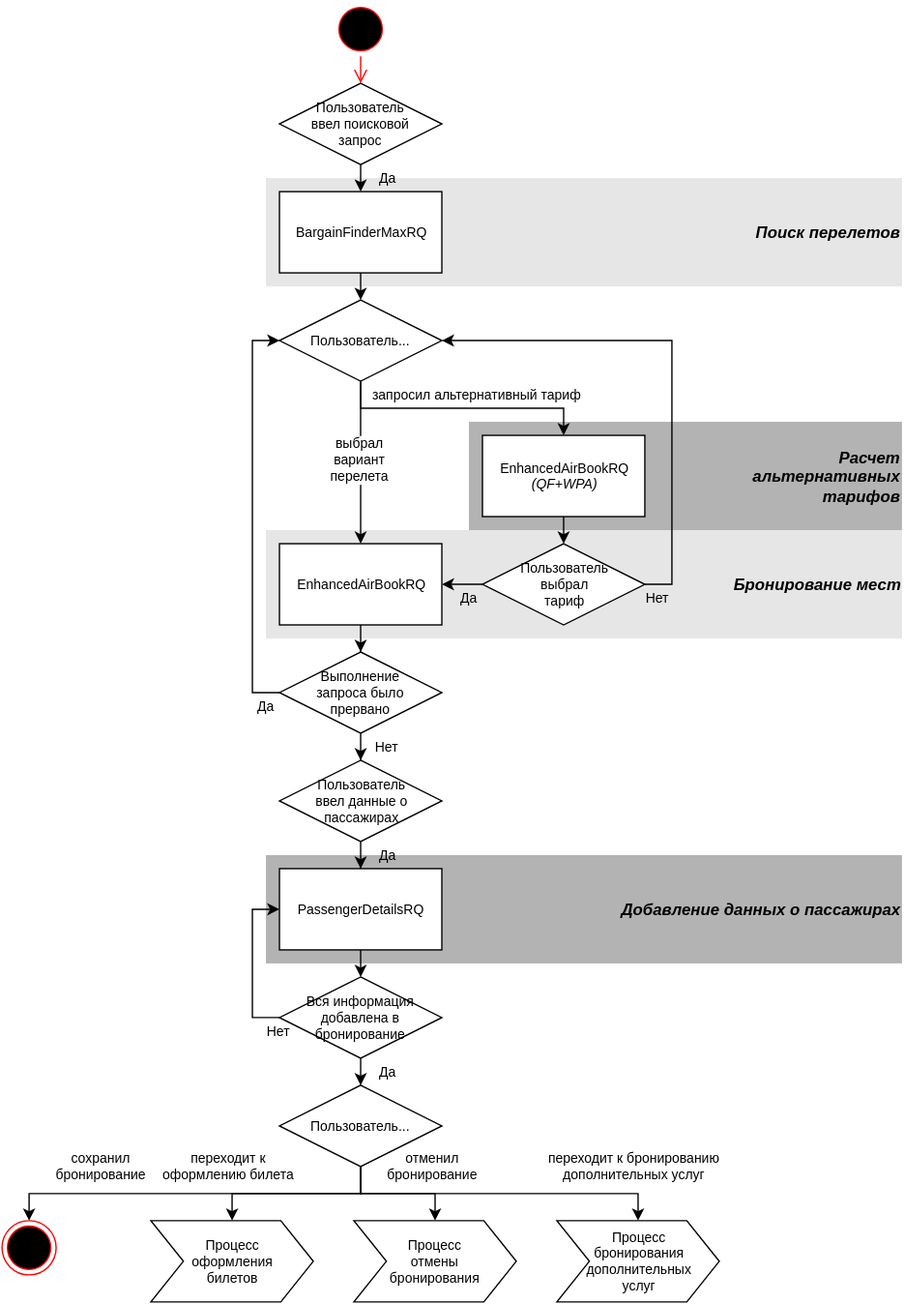
The draw.io diagram assets/svg/Search&Create Booking/[RU]Search&Create Booking-0.svg in andreypolyak/sabre-apis-ru, before a commit. Source tidied: cells renumbered, new cells last; positions are measured from the earlier drawing's top-left corner, leaving out a move shared by most shapes.
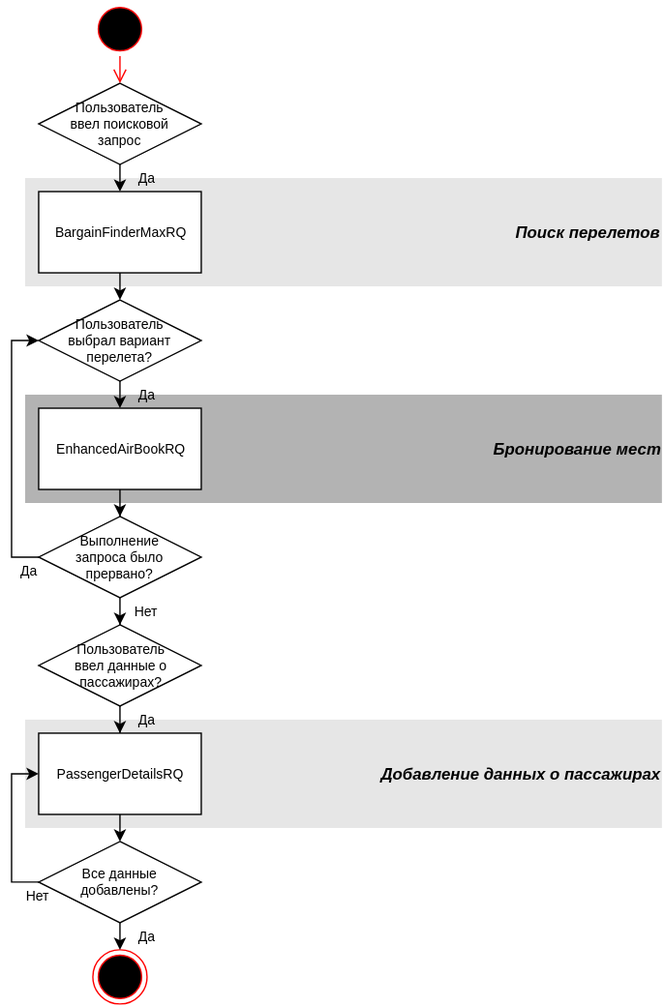
The same diagram one commit later.

The edit, as a diff of the source:
```diff
@@ -2,25 +2,22 @@
   <root>
     <mxCell id="0" />
     <mxCell id="1" parent="0" />
-    <mxCell id="2" value="&lt;div style=&quot;text-align: right&quot;&gt;&lt;i style=&quot;font-size: 12px ; line-height: 1.2&quot;&gt;&lt;b&gt;Добавление данных о пассажирах&lt;/b&gt;&lt;/i&gt;&lt;/div&gt;" style="whiteSpace=wrap;html=1;fillColor=#B3B3B3;fontSize=10;strokeColor=none;align=right;" parent="1" vertex="1">
+    <mxCell id="2" value="&lt;div style=&quot;text-align: right&quot;&gt;&lt;i style=&quot;font-size: 12px ; line-height: 1.2&quot;&gt;&lt;b&gt;Добавление данных о пассажирах&lt;/b&gt;&lt;/i&gt;&lt;/div&gt;" style="whiteSpace=wrap;html=1;fillColor=#E6E6E6;fontSize=10;strokeColor=none;align=right;" parent="1" vertex="1">
       <mxGeometry x="195" y="630" width="470" height="80" as="geometry" />
     </mxCell>
-    <mxCell id="3" value="&lt;div style=&quot;text-align: right&quot;&gt;&lt;span style=&quot;line-height: 1.2&quot;&gt;&lt;font style=&quot;font-size: 12px&quot;&gt;&lt;b&gt;&lt;i&gt;Бронирование мест&lt;/i&gt;&lt;/b&gt;&lt;/font&gt;&lt;/span&gt;&lt;/div&gt;" style="whiteSpace=wrap;html=1;fillColor=#E6E6E6;fontSize=10;strokeColor=none;align=right;" parent="1" vertex="1">
+    <mxCell id="3" value="&lt;div style=&quot;text-align: right&quot;&gt;&lt;span style=&quot;line-height: 1.2&quot;&gt;&lt;font style=&quot;font-size: 12px&quot;&gt;&lt;b&gt;&lt;i&gt;Бронирование мест&lt;/i&gt;&lt;/b&gt;&lt;/font&gt;&lt;/span&gt;&lt;/div&gt;" style="whiteSpace=wrap;html=1;fillColor=#B3B3B3;fontSize=10;strokeColor=none;align=right;" parent="1" vertex="1">
       <mxGeometry x="195" y="390" width="470" height="80" as="geometry" />
     </mxCell>
-    <mxCell id="4" value="&lt;div style=&quot;text-align: right&quot;&gt;&lt;span&gt;&lt;b&gt;&lt;i&gt;&lt;font style=&quot;font-size: 12px&quot;&gt;Расчет&lt;/font&gt;&lt;/i&gt;&lt;/b&gt;&lt;/span&gt;&lt;/div&gt;&lt;div style=&quot;text-align: right&quot;&gt;&lt;span&gt;&lt;b&gt;&lt;i&gt;&lt;font style=&quot;font-size: 12px&quot;&gt;альтернативных&lt;/font&gt;&lt;/i&gt;&lt;/b&gt;&lt;/span&gt;&lt;/div&gt;&lt;div style=&quot;text-align: right&quot;&gt;&lt;span&gt;&lt;b&gt;&lt;i&gt;&lt;font style=&quot;font-size: 12px&quot;&gt;тарифов&lt;/font&gt;&lt;/i&gt;&lt;/b&gt;&lt;/span&gt;&lt;br&gt;&lt;/div&gt;" style="whiteSpace=wrap;html=1;fillColor=#B3B3B3;fontSize=10;strokeColor=none;align=right;" parent="1" vertex="1">
-      <mxGeometry x="345" y="310" width="320" height="80" as="geometry" />
-    </mxCell>
     <mxCell id="5" value="&lt;div style=&quot;text-align: right&quot;&gt;&lt;font style=&quot;font-size: 12px&quot;&gt;&lt;i&gt;&lt;b&gt;Поиск перелетов&lt;/b&gt;&lt;/i&gt;&lt;/font&gt;&lt;/div&gt;" style="whiteSpace=wrap;html=1;fillColor=#E6E6E6;fontSize=10;strokeColor=none;align=right;" parent="1" vertex="1">
-      <mxGeometry x="195" y="130" width="470" height="80" as="geometry" />
+      <mxGeometry x="195" y="230" width="470" height="80" as="geometry" />
     </mxCell>
     <mxCell id="6" value="Да" style="edgeStyle=orthogonalEdgeStyle;rounded=0;html=1;exitX=0.5;exitY=1;entryX=0.5;entryY=0;jettySize=auto;fontSize=10;labelBackgroundColor=none;" parent="1" edge="1" target="7">
       <mxGeometry y="20" relative="1" as="geometry">
-        <mxPoint x="265" y="120" as="sourcePoint" />
+        <mxPoint x="265" y="220" as="sourcePoint" />
       </mxGeometry>
     </mxCell>
     <mxCell id="7" value="&lt;span&gt;BargainFinderMaxRQ&lt;/span&gt;" style="whiteSpace=wrap;html=1;rounded=0;fontSize=10;" parent="1" vertex="1">
-      <mxGeometry x="205" y="140" width="120" height="60" as="geometry" />
+      <mxGeometry x="205" y="240" width="120" height="60" as="geometry" />
     </mxCell>
     <mxCell id="8" style="edgeStyle=orthogonalEdgeStyle;rounded=0;html=1;exitX=0.5;exitY=1;jettySize=auto;fontSize=10;" parent="1" edge="1" source="9" target="25">
       <mxGeometry relative="1" as="geometry" />
@@ -34,124 +31,44 @@
     <mxCell id="11" style="edgeStyle=orthogonalEdgeStyle;rounded=0;html=1;exitX=0.5;exitY=1;jettySize=auto;entryX=0.5;entryY=0;fontSize=10;" parent="1" edge="1" source="7" target="15">
       <mxGeometry relative="1" as="geometry" />
     </mxCell>
-    <mxCell id="12" style="edgeStyle=orthogonalEdgeStyle;rounded=0;html=1;exitX=0.5;exitY=1;entryX=0.5;entryY=0;jettySize=auto;fontSize=10;" parent="1" edge="1" target="18">
-      <mxGeometry relative="1" as="geometry">
-        <mxPoint x="415" y="380" as="sourcePoint" />
-      </mxGeometry>
-    </mxCell>
-    <mxCell id="13" value="выбрал&lt;div&gt;вариант&lt;/div&gt;&lt;div&gt;перелета&lt;/div&gt;" style="edgeStyle=orthogonalEdgeStyle;rounded=0;html=1;exitX=0.5;exitY=1;entryX=0.5;entryY=0;jettySize=auto;fontSize=10;" parent="1" edge="1" target="9">
-      <mxGeometry relative="1" as="geometry">
-        <mxPoint x="264.9" y="276.2" as="sourcePoint" />
-      </mxGeometry>
+    <mxCell id="13" value="Да" style="edgeStyle=orthogonalEdgeStyle;rounded=0;html=1;exitX=0.5;exitY=1;entryX=0.5;entryY=0;jettySize=auto;fontSize=10;labelBackgroundColor=none;" parent="1" edge="1" source="15" target="9">
+      <mxGeometry y="20" relative="1" as="geometry" />
     </mxCell>
-    <mxCell id="14" value="запросил&amp;nbsp;&lt;span style=&quot;line-height: 1.2&quot;&gt;альтернативный&amp;nbsp;&lt;/span&gt;&lt;span style=&quot;line-height: 1.2&quot;&gt;тариф&lt;/span&gt;" style="edgeStyle=orthogonalEdgeStyle;rounded=0;html=1;exitX=0.5;exitY=1;jettySize=auto;fontSize=10;entryX=0.5;entryY=0;" parent="1" edge="1" source="15" target="22">
-      <mxGeometry x="0.16" y="10" relative="1" as="geometry">
-        <Array as="points">
-          <mxPoint x="265" y="300" />
-          <mxPoint x="415" y="300" />
-        </Array>
-      </mxGeometry>
-    </mxCell>
-    <mxCell id="15" value="Пользователь..." style="rhombus;whiteSpace=wrap;html=1;rounded=0;fontSize=10;" parent="1" vertex="1">
-      <mxGeometry x="205" y="220" width="120" height="60" as="geometry" />
+    <mxCell id="15" value="Пользователь&lt;div&gt;выбрал вариант перелета?&lt;/div&gt;" style="rhombus;whiteSpace=wrap;html=1;rounded=0;fontSize=10;" parent="1" vertex="1">
+      <mxGeometry x="205" y="320" width="120" height="60" as="geometry" />
     </mxCell>
-    <mxCell id="16" value="Нет" style="edgeStyle=orthogonalEdgeStyle;rounded=0;html=1;exitX=1;exitY=0.5;entryX=1;entryY=0.5;jettySize=auto;fontSize=10;labelBackgroundColor=none;" parent="1" edge="1" source="18" target="15">
-      <mxGeometry x="-0.95" y="-10" relative="1" as="geometry" />
-    </mxCell>
-    <mxCell id="17" value="Да" style="edgeStyle=orthogonalEdgeStyle;rounded=0;html=1;exitX=0;exitY=0.5;jettySize=auto;fontSize=10;labelBackgroundColor=none;" parent="1" edge="1" source="18">
-      <mxGeometry x="-0.33" y="10" relative="1" as="geometry">
-        <mxPoint x="325" y="430" as="targetPoint" />
-      </mxGeometry>
-    </mxCell>
-    <mxCell id="18" value="Пользователь&lt;div&gt;выбрал&lt;div&gt;тариф&lt;/div&gt;&lt;/div&gt;" style="rhombus;whiteSpace=wrap;html=1;rounded=0;fontSize=10;" parent="1" vertex="1">
-      <mxGeometry x="355" y="400" width="120" height="60" as="geometry" />
-    </mxCell>
     <mxCell id="19" value="Да" style="edgeStyle=orthogonalEdgeStyle;rounded=0;html=1;jettySize=auto;fontSize=10;exitX=0.5;exitY=1;labelBackgroundColor=none;" parent="1" edge="1" source="20" target="10">
       <mxGeometry x="0.67" y="20" relative="1" as="geometry" />
     </mxCell>
-    <mxCell id="20" value="Пользователь&lt;div&gt;ввел&amp;nbsp;&lt;span style=&quot;line-height: 1.2&quot;&gt;данные&amp;nbsp;&lt;/span&gt;&lt;span style=&quot;line-height: 1.2&quot;&gt;о&lt;/span&gt;&lt;/div&gt;&lt;div&gt;&lt;span style=&quot;line-height: 1.2&quot;&gt;пассажирах&lt;/span&gt;&lt;/div&gt;" style="rhombus;whiteSpace=wrap;html=1;rounded=0;fontSize=10;" parent="1" vertex="1">
+    <mxCell id="20" value="Пользователь&lt;div&gt;ввел&amp;nbsp;&lt;span style=&quot;line-height: 1.2&quot;&gt;данные&amp;nbsp;&lt;/span&gt;&lt;span style=&quot;line-height: 1.2&quot;&gt;о&lt;/span&gt;&lt;/div&gt;&lt;div&gt;&lt;span style=&quot;line-height: 1.2&quot;&gt;пассажирах?&lt;/span&gt;&lt;/div&gt;" style="rhombus;whiteSpace=wrap;html=1;rounded=0;fontSize=10;" parent="1" vertex="1">
       <mxGeometry x="205" y="560" width="120" height="60" as="geometry" />
     </mxCell>
     <mxCell id="21" value="Нет" style="edgeStyle=orthogonalEdgeStyle;rounded=0;html=1;jettySize=auto;fontSize=10;exitX=0.5;exitY=1;" parent="1" edge="1" source="25" target="20">
       <mxGeometry x="0.67" y="20" relative="1" as="geometry" />
     </mxCell>
-    <mxCell id="22" value="EnhancedAirBookRQ&lt;div&gt;&lt;i&gt;(QF+WPA)&lt;/i&gt;&lt;/div&gt;" style="whiteSpace=wrap;html=1;rounded=0;fontSize=10;" parent="1" vertex="1">
-      <mxGeometry x="355" y="320" width="120" height="60" as="geometry" />
-    </mxCell>
     <mxCell id="23" value="Пользователь&lt;div&gt;ввел&amp;nbsp;&lt;span style=&quot;line-height: 1.2&quot;&gt;поисковой&lt;/span&gt;&lt;/div&gt;&lt;div&gt;&lt;span style=&quot;line-height: 1.2&quot;&gt;запрос&lt;/span&gt;&lt;/div&gt;" style="rhombus;whiteSpace=wrap;html=1;rounded=0;fontSize=10;" parent="1" vertex="1">
-      <mxGeometry x="205" y="60" width="120" height="60" as="geometry" />
+      <mxGeometry x="205" y="160" width="120" height="60" as="geometry" />
     </mxCell>
     <mxCell id="24" value="Да" style="edgeStyle=orthogonalEdgeStyle;rounded=0;html=1;exitX=0;exitY=0.5;jettySize=auto;fontSize=10;entryX=0;entryY=0.5;" parent="1" edge="1" source="25" target="15">
       <mxGeometry x="-0.93" y="10" relative="1" as="geometry">
         <Array as="points">
           <mxPoint x="185" y="510" />
-          <mxPoint x="185" y="250" />
+          <mxPoint x="185" y="350" />
         </Array>
       </mxGeometry>
     </mxCell>
-    <mxCell id="25" value="Выполнение&lt;div&gt;запроса было&lt;/div&gt;&lt;div&gt;прервано&lt;/div&gt;" style="rhombus;whiteSpace=wrap;html=1;rounded=0;fontSize=10;" parent="1" vertex="1">
+    <mxCell id="25" value="Выполнение&lt;div&gt;запроса было&lt;/div&gt;&lt;div&gt;прервано?&lt;/div&gt;" style="rhombus;whiteSpace=wrap;html=1;rounded=0;fontSize=10;" parent="1" vertex="1">
       <mxGeometry x="205" y="480" width="120" height="60" as="geometry" />
     </mxCell>
     <mxCell id="26" style="ellipse;html=1;shape=startState;fillColor=#000000;strokeColor=#ff0000;rounded=0;fontSize=10;align=center;" parent="1" vertex="1">
-      <mxGeometry x="245" width="40" height="40" as="geometry" />
+      <mxGeometry x="245" y="100" width="40" height="40" as="geometry" />
     </mxCell>
     <mxCell id="27" style="edgeStyle=orthogonalEdgeStyle;html=1;verticalAlign=bottom;endArrow=open;endSize=8;strokeColor=#ff0000;fontSize=10;" parent="1" edge="1" source="26" target="23">
       <mxGeometry relative="1" as="geometry" />
     </mxCell>
-    <mxCell id="28" value="отменил&lt;div&gt;бронирование&lt;/div&gt;" style="edgeStyle=orthogonalEdgeStyle;rounded=0;html=1;jettySize=auto;fontSize=10;entryX=0.5;entryY=0;exitX=0.5;exitY=1;" parent="1" edge="1" source="31">
-      <mxGeometry y="80" as="geometry">
-        <mxPoint x="320" y="900" as="targetPoint" />
-        <Array as="points">
-          <mxPoint x="265" y="880" />
-          <mxPoint x="320" y="880" />
-        </Array>
-        <mxPoint x="28" y="-20" as="offset" />
-      </mxGeometry>
-    </mxCell>
-    <mxCell id="29" value="сохранил&lt;div&gt;бронирование&lt;/div&gt;" style="edgeStyle=orthogonalEdgeStyle;rounded=0;html=1;exitX=0.5;exitY=1;jettySize=auto;fontSize=10;entryX=0.5;entryY=0;entryPerimeter=0;" parent="1" edge="1" source="31">
-      <mxGeometry y="80" as="geometry">
-        <mxPoint x="20" y="900" as="targetPoint" />
-        <Array as="points">
-          <mxPoint x="265" y="880" />
-          <mxPoint x="20" y="880" />
-        </Array>
-        <mxPoint x="-67" y="-20" as="offset" />
-      </mxGeometry>
-    </mxCell>
-    <mxCell id="30" value="переходит к бронированию&lt;div&gt;дополнительных услуг&lt;/div&gt;" style="edgeStyle=orthogonalEdgeStyle;rounded=0;html=1;exitX=0.5;exitY=1;jettySize=auto;fontSize=10;" parent="1" edge="1" source="31" target="36">
-      <mxGeometry y="80" as="geometry">
-        <Array as="points">
-          <mxPoint x="265" y="880" />
-          <mxPoint x="470" y="880" />
-        </Array>
-        <mxPoint x="103" y="-20" as="offset" />
-      </mxGeometry>
-    </mxCell>
-    <mxCell id="31" value="Пользователь..." style="rhombus;whiteSpace=wrap;html=1;rounded=0;fontSize=10;" parent="1" vertex="1">
-      <mxGeometry x="205" y="800" width="120" height="60" as="geometry" />
-    </mxCell>
-    <mxCell id="32" value="&lt;div style=&quot;text-align: center&quot;&gt;Процесс&lt;/div&gt;&lt;div style=&quot;text-align: center&quot;&gt;оформления&lt;/div&gt;&lt;div style=&quot;text-align: center&quot;&gt;билетов&lt;/div&gt;" style="shape=step;whiteSpace=wrap;html=1;rounded=0;fontSize=10;align=center;" parent="1" vertex="1">
-      <mxGeometry x="110" y="900" width="120" height="60" as="geometry" />
-    </mxCell>
-    <mxCell id="33" value="&lt;div style=&quot;text-align: center&quot;&gt;Процесс&lt;/div&gt;&lt;div style=&quot;text-align: center&quot;&gt;отмены&lt;/div&gt;&lt;div style=&quot;text-align: center&quot;&gt;бронирования&lt;/div&gt;" style="shape=step;whiteSpace=wrap;html=1;rounded=0;fontSize=10;align=center;" parent="1" vertex="1">
-      <mxGeometry x="260" y="900" width="120" height="60" as="geometry" />
-    </mxCell>
     <mxCell id="34" style="ellipse;html=1;shape=endState;fillColor=#000000;strokeColor=#ff0000;rounded=0;fontSize=10;align=center;" parent="1" vertex="1">
-      <mxGeometry y="900" width="40" height="40" as="geometry" />
+      <mxGeometry x="245" y="800" width="40" height="40" as="geometry" />
     </mxCell>
-    <mxCell id="35" value="переходит к&lt;div&gt;&lt;span style=&quot;line-height: 1.2&quot;&gt;оформлению билета&lt;/span&gt;&lt;/div&gt;" style="edgeStyle=orthogonalEdgeStyle;rounded=0;html=1;exitX=0.5;exitY=1;entryX=0.5;entryY=0;jettySize=auto;fontSize=10;" parent="1" edge="1" source="31">
-      <mxGeometry y="80" as="geometry">
-        <mxPoint x="170" y="900" as="targetPoint" />
-        <Array as="points">
-          <mxPoint x="265" y="880" />
-          <mxPoint x="170" y="880" />
-        </Array>
-        <mxPoint x="-47" y="-20" as="offset" />
-      </mxGeometry>
-    </mxCell>
-    <mxCell id="36" value="Процесс&lt;div&gt;бронирования&lt;/div&gt;&lt;div&gt;дополнительных&lt;/div&gt;&lt;div&gt;услуг&lt;/div&gt;" style="shape=step;whiteSpace=wrap;html=1;rounded=0;fontSize=10;align=center;" parent="1" vertex="1">
-      <mxGeometry x="410" y="900" width="120" height="60" as="geometry" />
-    </mxCell>
     <mxCell id="37" value="Да" style="edgeStyle=orthogonalEdgeStyle;rounded=0;html=1;entryX=0.5;entryY=0;jettySize=auto;orthogonalLoop=1;exitX=0.5;exitY=1;fontSize=10;" parent="1" edge="1">
       <mxGeometry as="geometry">
         <mxPoint x="265" y="780" as="sourcePoint" />
@@ -174,7 +91,7 @@
         <mxPoint y="50" as="offset" />
       </mxGeometry>
     </mxCell>
-    <mxCell id="40" value="Вся информация&lt;div&gt;добавлена в бронирование&lt;/div&gt;" style="rhombus;whiteSpace=wrap;html=1;rounded=0;fontSize=10;" parent="1" vertex="1">
+    <mxCell id="40" value="Все&amp;nbsp;&lt;span&gt;данные&lt;/span&gt;&lt;div&gt;&lt;div&gt;добавлены?&lt;/div&gt;&lt;/div&gt;" style="rhombus;whiteSpace=wrap;html=1;rounded=0;fontSize=10;" parent="1" vertex="1">
       <mxGeometry x="205" y="720" width="120" height="60" as="geometry" />
     </mxCell>
   </root>
```
